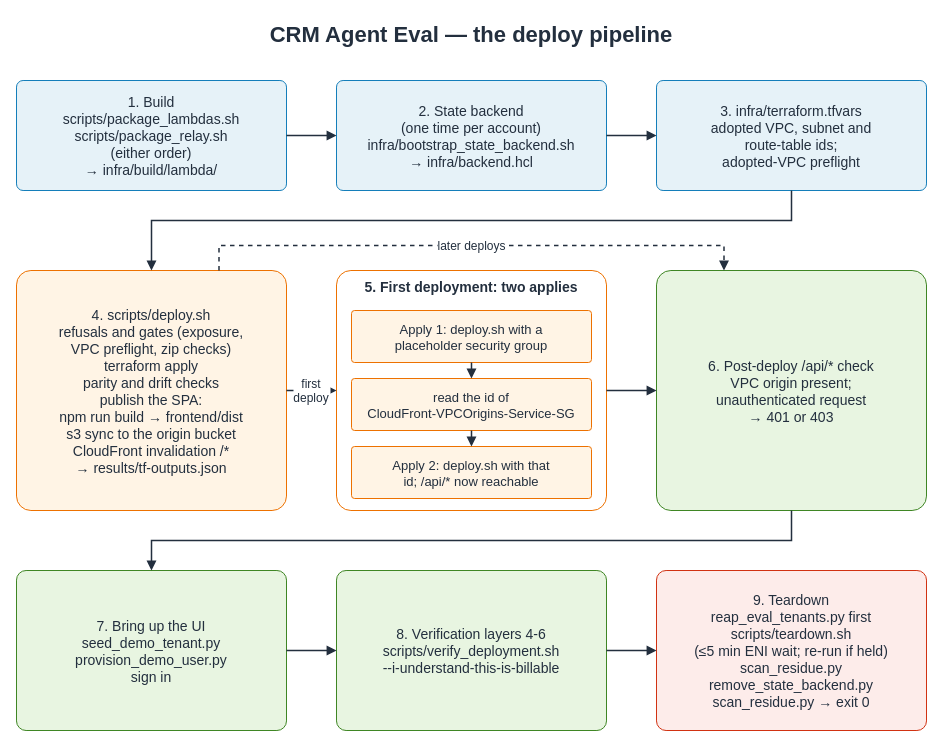
The draw.io diagram docs/figures/runbook-deploy-pipeline.drawio in aws-samples/sample-crm-agent-eval, before the edit. Source tidied: cells renumbered, new cells numbered last; positions are measured from the earlier drawing's top-left corner, leaving out a move shared by most shapes. Both pictures are drawn from the tidied source at 100%, with x=0, y=0 at pixel (16, 16).
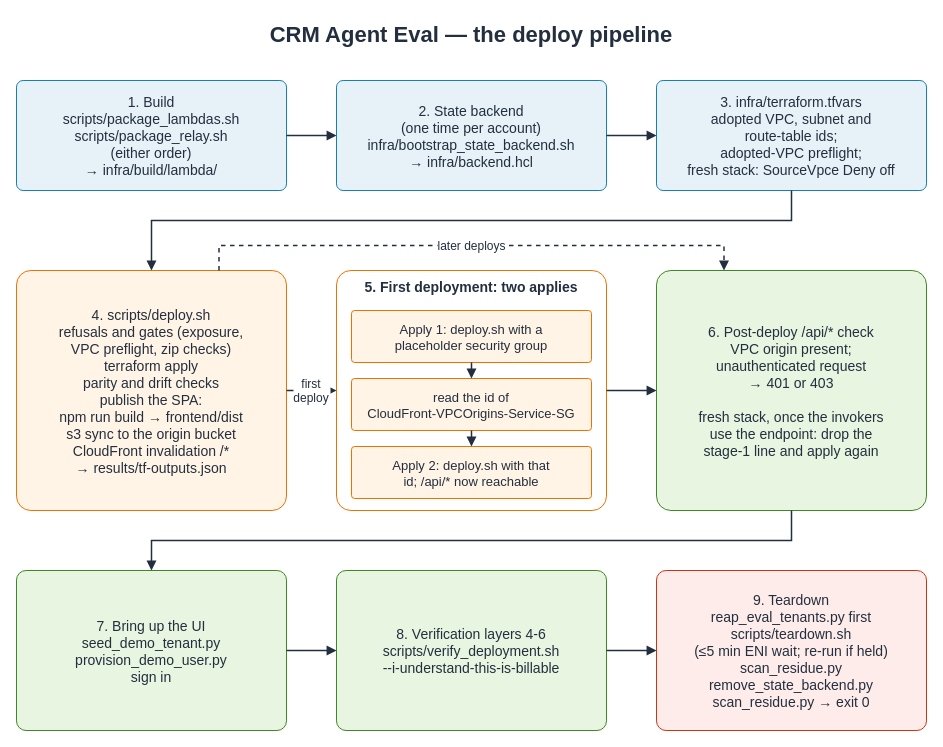
The same diagram, later.

The edit, as a diff of the source:
```diff
@@
-    <mxCell id="5" value="3. infra/terraform.tfvars&#10;adopted VPC, subnet and&#10;route-table ids;&#10;adopted-VPC preflight" style="html=0;rounded=1;arcSize=6;fontColor=#232F3E;align=center;verticalAlign=middle;spacing=4;fontSize=14;fillColor=#E6F2F8;strokeColor=#147EBA;" parent="1" vertex="1">
+    <mxCell id="5" value="3. infra/terraform.tfvars&#10;adopted VPC, subnet and&#10;route-table ids;&#10;adopted-VPC preflight;&#10;fresh stack: SourceVpce Deny off" style="html=0;rounded=1;arcSize=6;fontColor=#232F3E;align=center;verticalAlign=middle;spacing=4;fontSize=14;fillColor=#E6F2F8;strokeColor=#147EBA;" parent="1" vertex="1">
       <mxGeometry x="640" y="64" width="270" height="110" as="geometry" />
     </mxCell>
@@
-    <mxCell id="13" value="6. Post-deploy /api/* check&#10;VPC origin present;&#10;unauthenticated request&#10;→ 401 or 403" style="html=0;rounded=1;arcSize=6;fontColor=#232F3E;align=center;verticalAlign=middle;spacing=4;fontSize=14;fillColor=#E8F5E1;strokeColor=#3F8624;" parent="1" vertex="1">
+    <mxCell id="13" value="6. Post-deploy /api/* check&#10;VPC origin present;&#10;unauthenticated request&#10;→ 401 or 403&#10;&#10;fresh stack, once the invokers&#10;use the endpoint: drop the&#10;stage-1 line and apply again" style="html=0;rounded=1;arcSize=6;fontColor=#232F3E;align=center;verticalAlign=middle;spacing=4;fontSize=14;fillColor=#E8F5E1;strokeColor=#3F8624;" parent="1" vertex="1">
       <mxGeometry x="640" y="254" width="270" height="240" as="geometry" />
     </mxCell>
```
